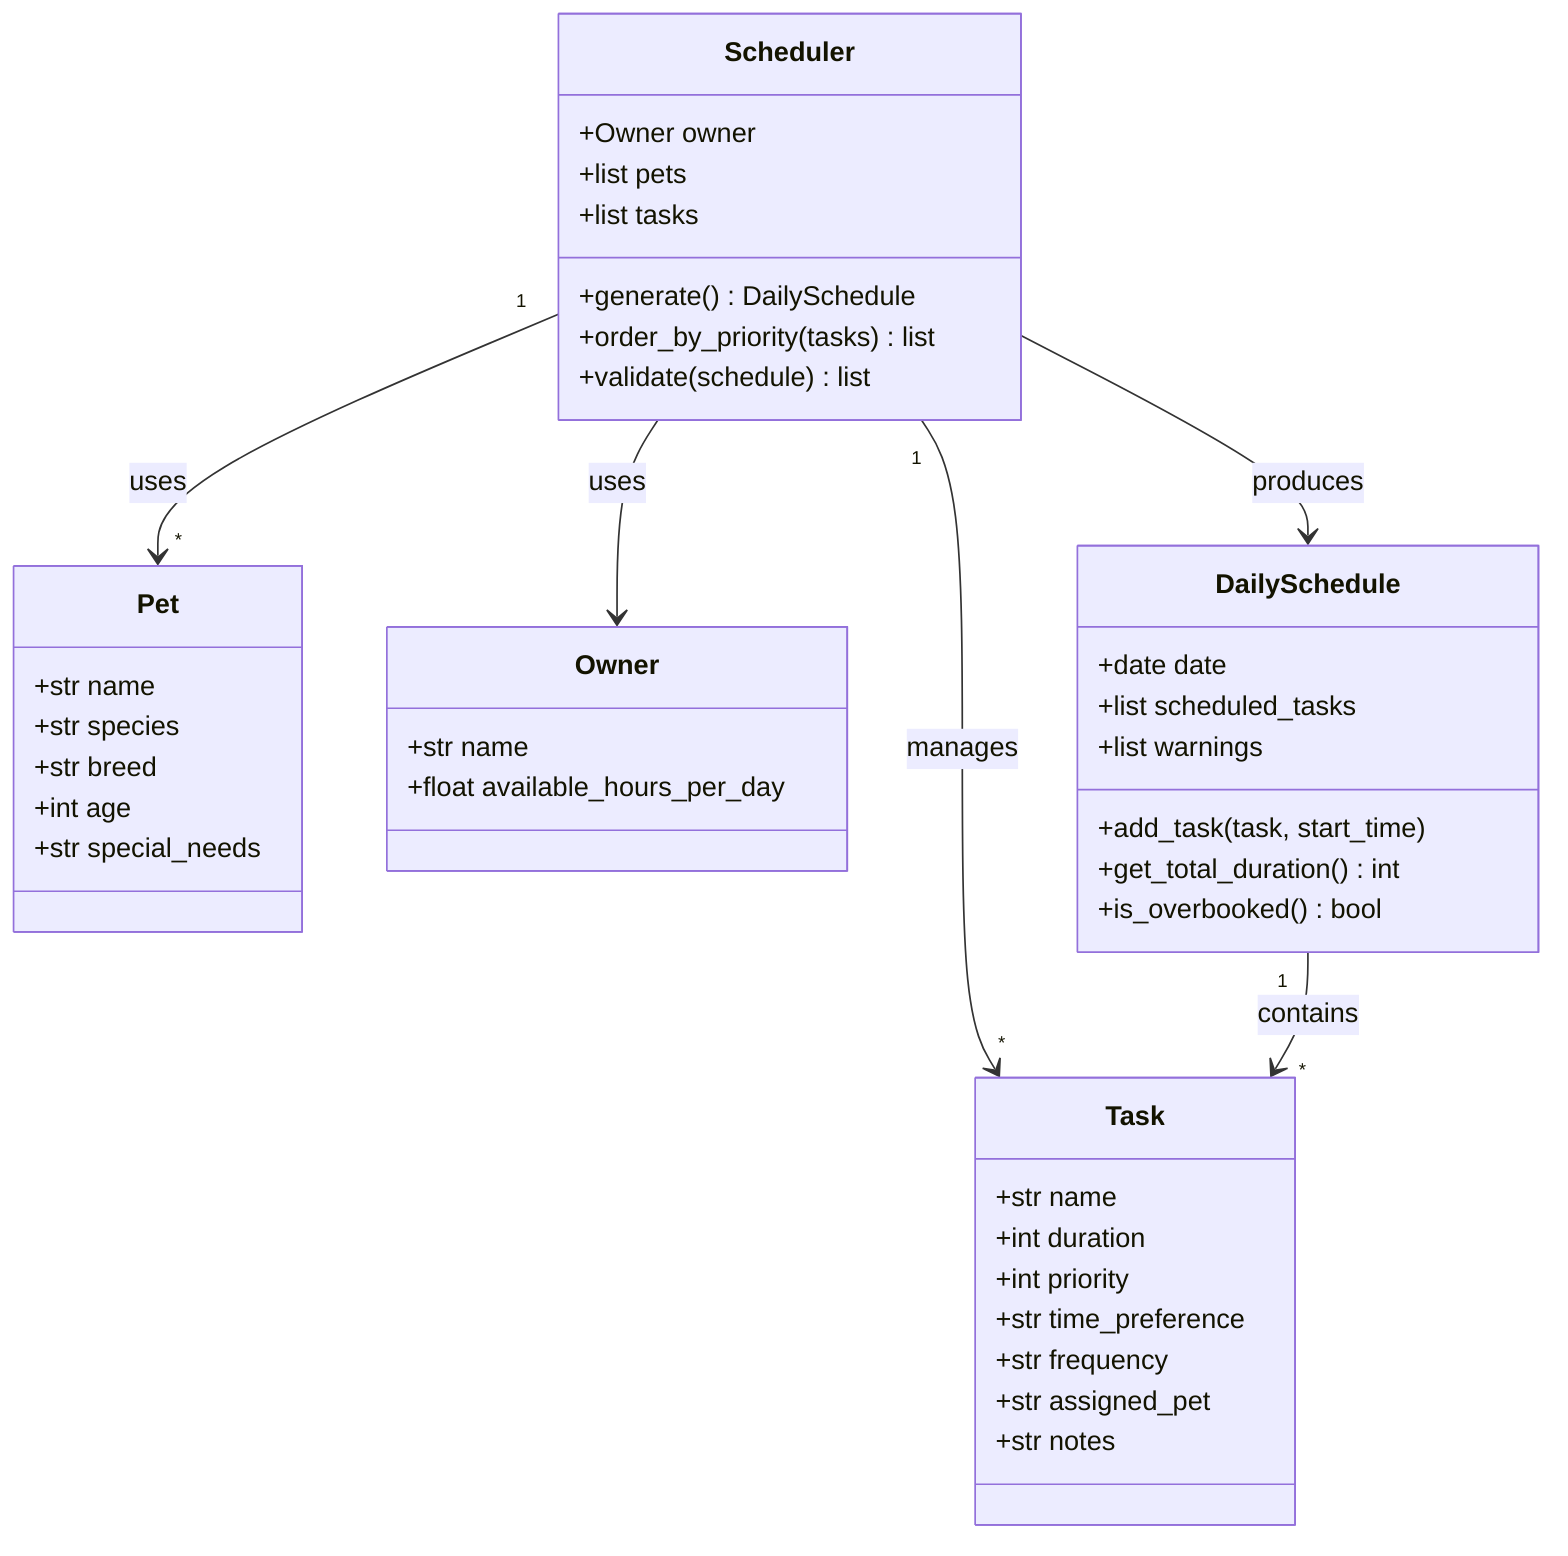
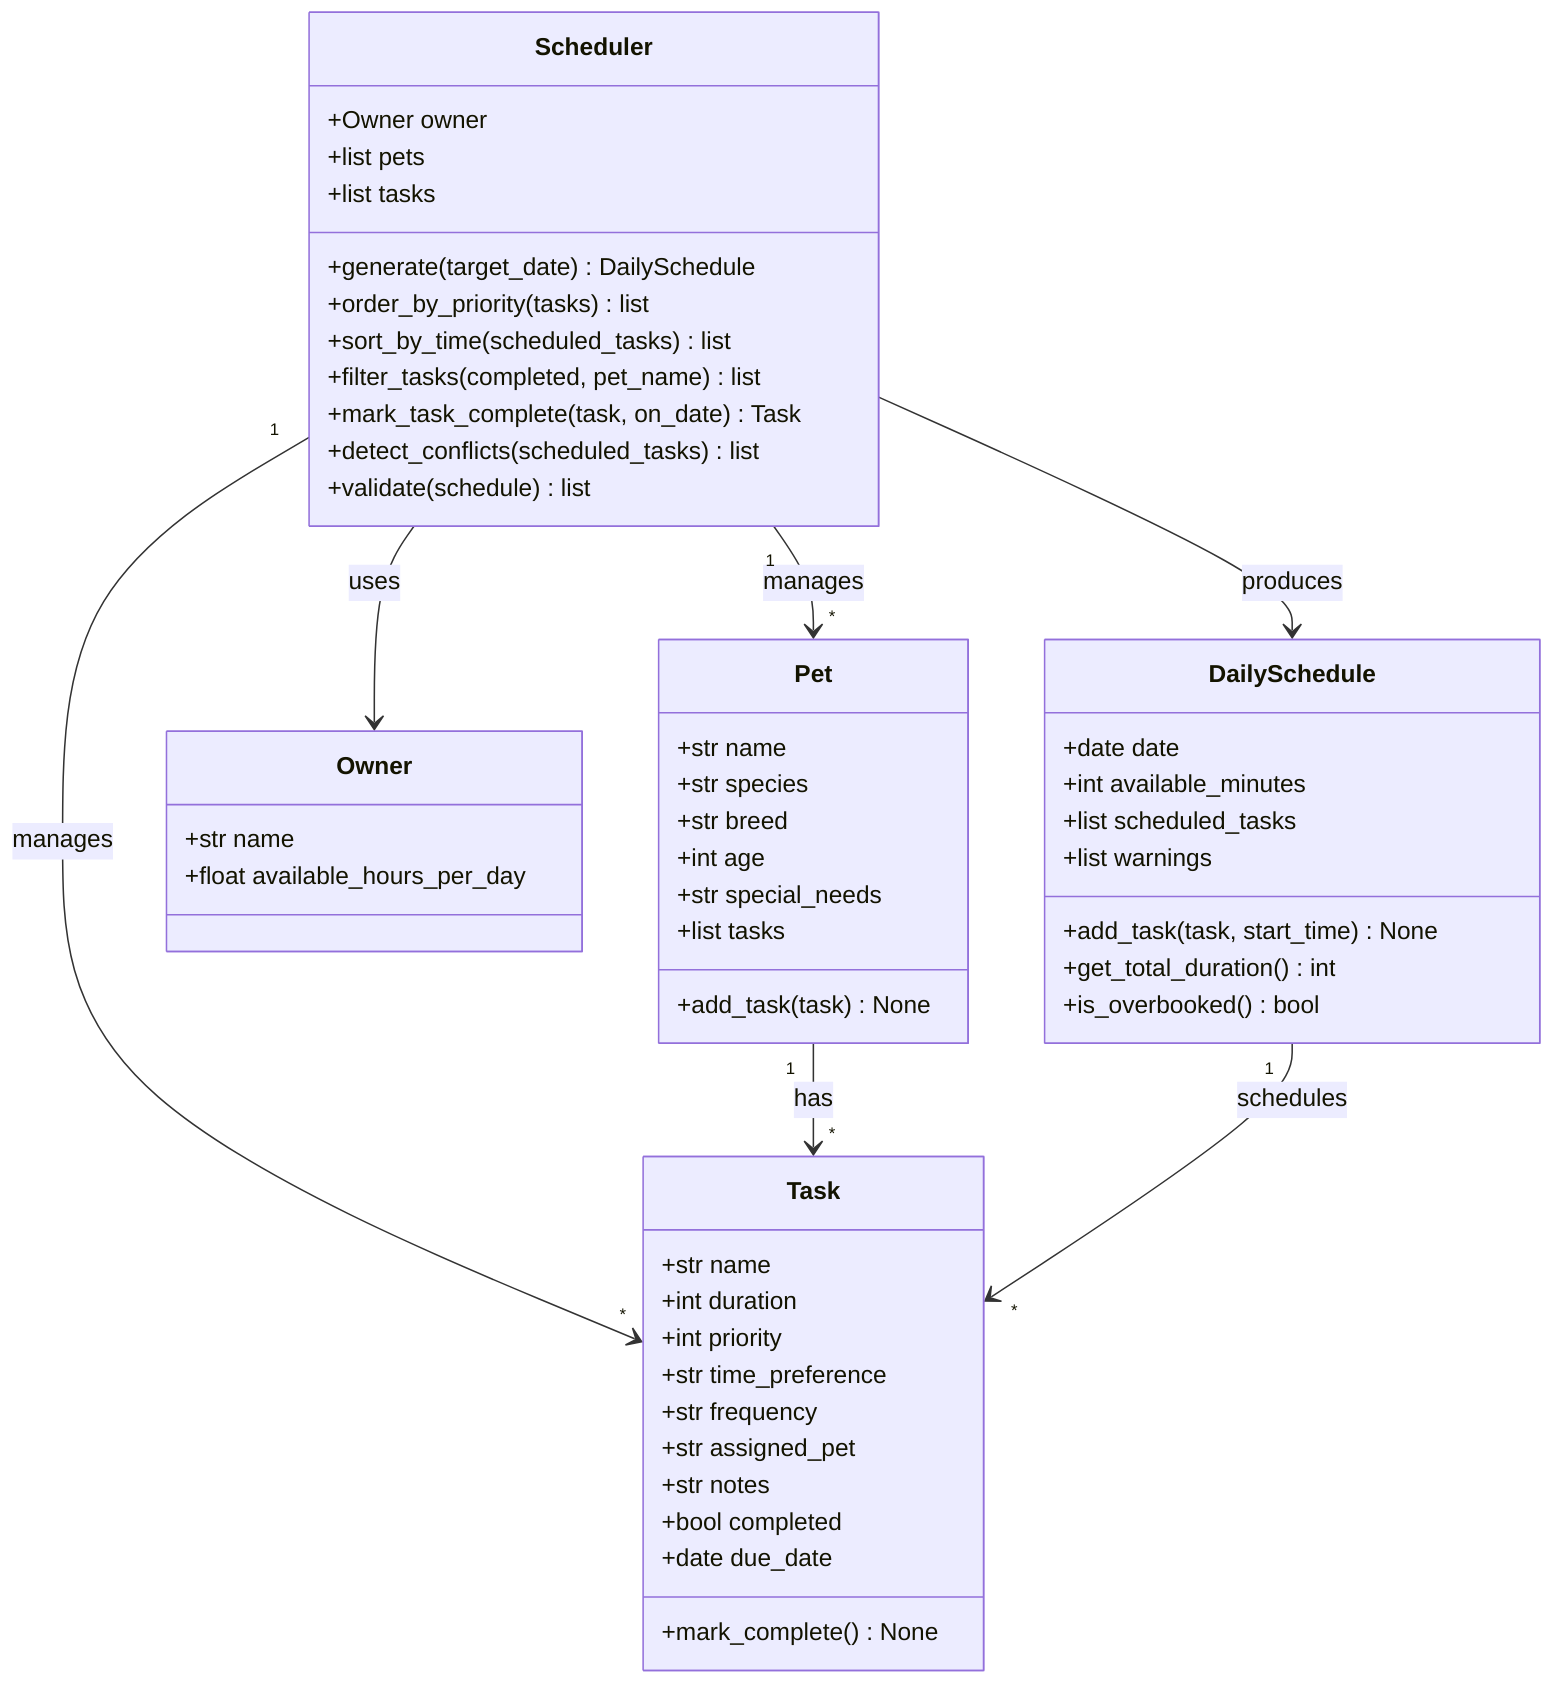
classDiagram
    class Pet {
        +str name
        +str species
        +str breed
        +int age
        +str special_needs
+         +list tasks
+         +add_task(task) None
    }

    class Owner {
        +str name
        +float available_hours_per_day
    }

    class Task {
        +str name
        +int duration
        +int priority
        +str time_preference
        +str frequency
        +str assigned_pet
        +str notes
+         +bool completed
+         +date due_date
+         +mark_complete() None
    }

    class DailySchedule {
        +date date
+         +int available_minutes
        +list scheduled_tasks
        +list warnings
-         +add_task(task, start_time)
+         +add_task(task, start_time) None
        +get_total_duration() int
        +is_overbooked() bool
    }

    class Scheduler {
        +Owner owner
        +list pets
        +list tasks
-         +generate() DailySchedule
+         +generate(target_date) DailySchedule
        +order_by_priority(tasks) list
+         +sort_by_time(scheduled_tasks) list
+         +filter_tasks(completed, pet_name) list
+         +mark_task_complete(task, on_date) Task
+         +detect_conflicts(scheduled_tasks) list
        +validate(schedule) list
    }

    Scheduler --> Owner : uses
-     Scheduler "1" --> "*" Pet : uses
+     Scheduler "1" --> "*" Pet : manages
    Scheduler "1" --> "*" Task : manages
    Scheduler --> DailySchedule : produces
-     DailySchedule "1" --> "*" Task : contains
+     Pet "1" --> "*" Task : has
+     DailySchedule "1" --> "*" Task : schedules
